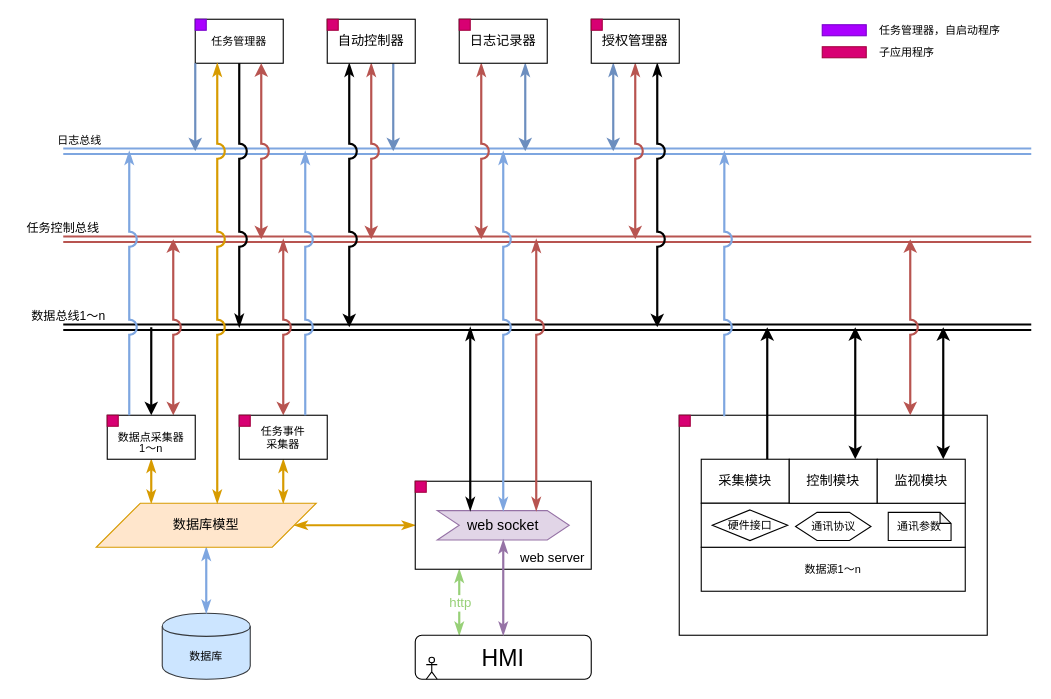
This is 未命名绘图.drawio from bedreamer/draw.io, a draw.io file, before an edit. Source tidied: cells renumbered, new cells numbered last; positions are measured from the earlier drawing's top-left corner, leaving out a move shared by most shapes. Both pictures are drawn from the tidied source at 110%, with x=0, y=0 at pixel (19, 19).
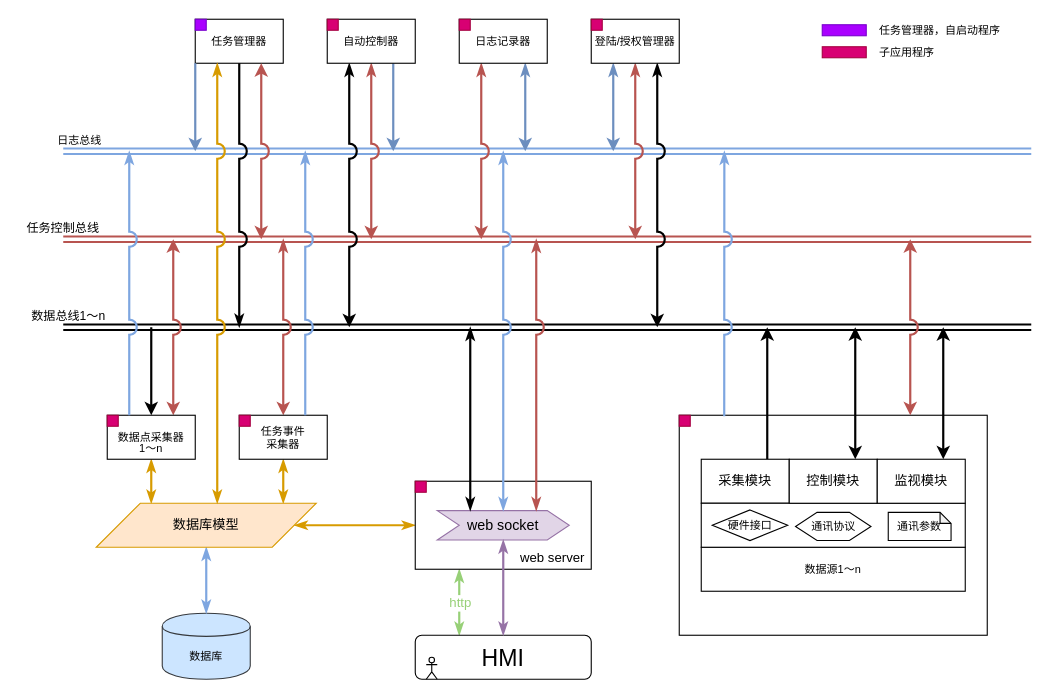
The same diagram, later.

Commit message:
更新未命名绘图.drawio

Change to the diagram source:
```diff
@@
-    <mxCell id="69" value="自动控制器" style="rounded=0;whiteSpace=wrap;html=1;" parent="1" vertex="1">
+    <mxCell id="69" value="自动控制器" style="rounded=0;whiteSpace=wrap;html=1;fontSize=10;" parent="1" vertex="1">
       <mxGeometry x="280" width="80" height="40" as="geometry" />
     </mxCell>
@@
-    <mxCell id="74" value="日志记录器" style="rounded=0;whiteSpace=wrap;html=1;" parent="1" vertex="1">
+    <mxCell id="74" value="日志记录器" style="rounded=0;whiteSpace=wrap;html=1;fontSize=10;" parent="1" vertex="1">
       <mxGeometry x="400" width="80" height="40" as="geometry" />
     </mxCell>
@@
-    <mxCell id="79" value="授权管理器" style="rounded=0;whiteSpace=wrap;html=1;" parent="1" vertex="1">
+    <mxCell id="79" value="登陆/授权管理器" style="rounded=0;whiteSpace=wrap;html=1;fontSize=10;" parent="1" vertex="1">
       <mxGeometry x="520" width="80" height="40" as="geometry" />
     </mxCell>
```
